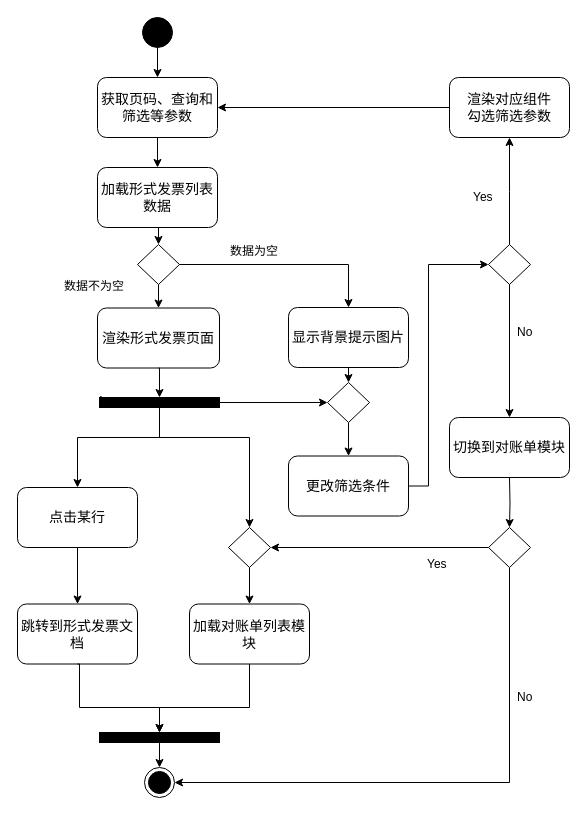
Above: page "形式发票列表" (4 of 5) of 概要设计.drawio in Robbie-Han/graduation-thesis (draw.io), before the change. Source tidied: cells renumbered, new cells numbered last; positions are measured from the earlier drawing's top-left corner, leaving out a move shared by most shapes. Both pictures are drawn from the tidied source at 100%, with x=0, y=0 at pixel (17, 17).
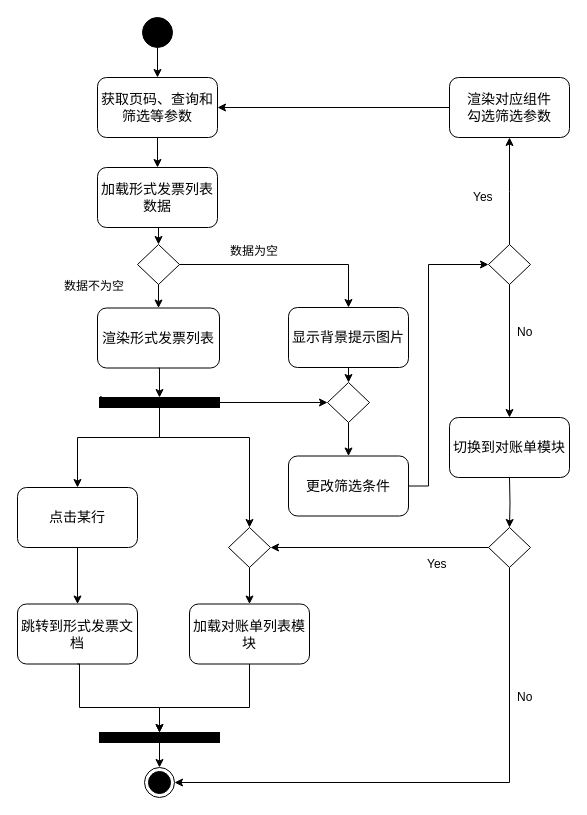
Above is the later version.

What changed in the source:
```diff
@@
-    <mxCell id="16" value="&lt;span style=&quot;font-size: 14px&quot;&gt;渲染形式发票页面&lt;/span&gt;" style="rounded=1;whiteSpace=wrap;html=1;fillColor=none;" parent="1" vertex="1">
+    <mxCell id="16" value="&lt;span style=&quot;font-size: 14px&quot;&gt;渲染形式发票列表&lt;/span&gt;" style="rounded=1;whiteSpace=wrap;html=1;fillColor=none;" parent="1" vertex="1">
       <mxGeometry x="80" y="290.5" width="122" height="60" as="geometry" />
     </mxCell>
```
